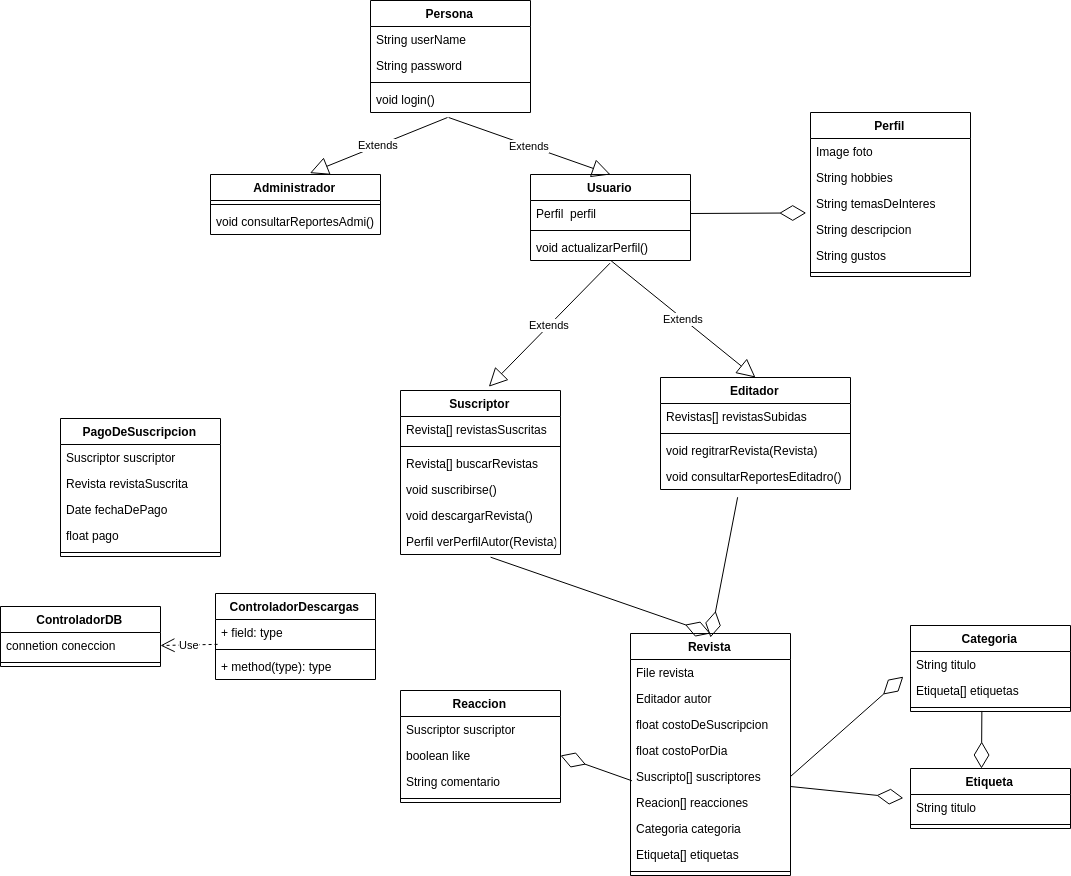
Above: ManualTecnico/ClasesRevistas.png in SergioCifuentes/Revistas (draw.io), before the change. Source tidied: cells renumbered, new cells last; positions are measured from the earlier drawing's top-left corner, leaving out a move shared by most shapes.
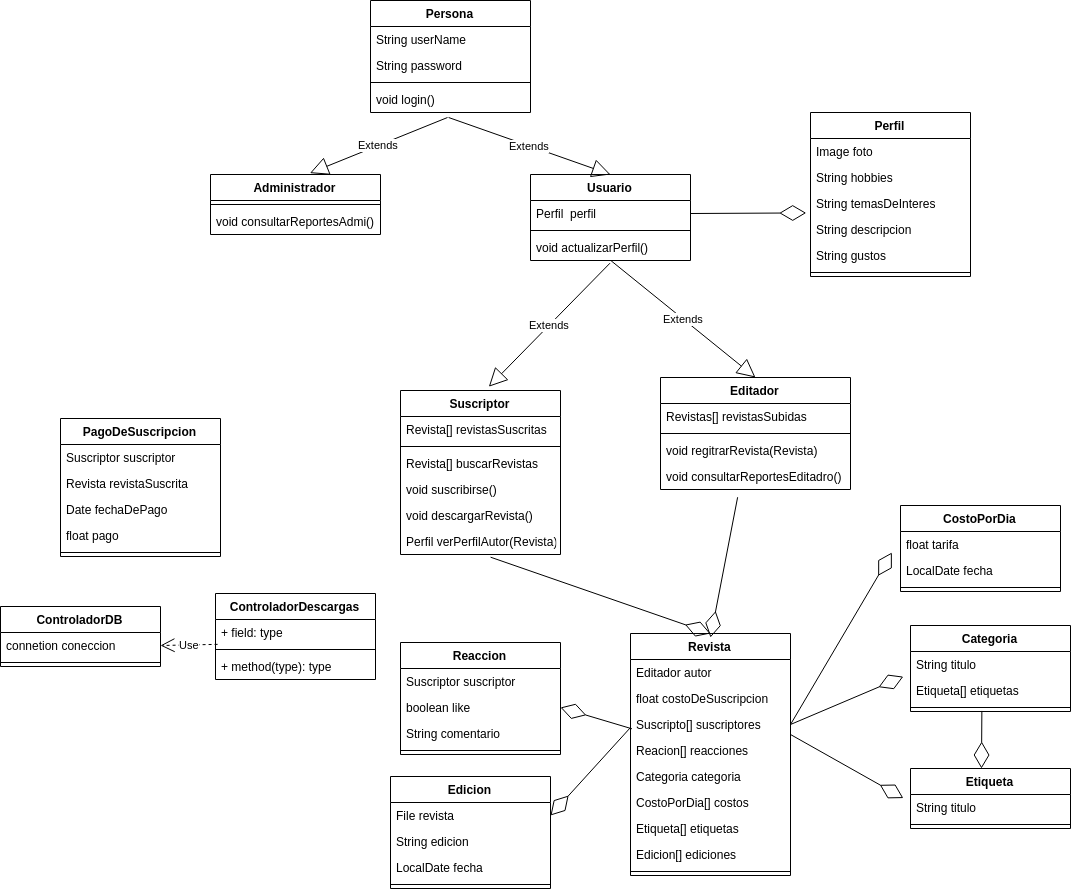
The same file after the commit.

The edit, as a diff of the source:
```diff
@@ -115,35 +115,35 @@
     <mxCell id="38" value="Revista" style="swimlane;fontStyle=1;align=center;verticalAlign=top;horizontal=1;startSize=26;" parent="1" vertex="1">
       <mxGeometry x="630" y="633" width="160" height="242" as="geometry" />
     </mxCell>
-    <mxCell id="39" value="File revista" style="text;strokeColor=none;fillColor=none;align=left;verticalAlign=top;spacingLeft=4;spacingRight=4;overflow=hidden;points=[[0,0.5],[1,0.5]];portConstraint=eastwest;" parent="38" vertex="1">
-      <mxGeometry y="26" width="160" height="26" as="geometry" />
-    </mxCell>
     <mxCell id="40" value="Editador autor&#10;" style="text;strokeColor=none;fillColor=none;align=left;verticalAlign=top;spacingLeft=4;spacingRight=4;overflow=hidden;" parent="38" vertex="1">
-      <mxGeometry y="52" width="160" height="26" as="geometry" />
+      <mxGeometry y="26" width="160" height="26" as="geometry" />
     </mxCell>
     <mxCell id="41" value="float costoDeSuscripcion" style="text;strokeColor=none;fillColor=none;align=left;verticalAlign=top;spacingLeft=4;spacingRight=4;overflow=hidden;" parent="38" vertex="1">
-      <mxGeometry y="78" width="160" height="26" as="geometry" />
+      <mxGeometry y="52" width="160" height="26" as="geometry" />
     </mxCell>
-    <mxCell id="42" value="float costoPorDia" style="text;strokeColor=none;fillColor=none;align=left;verticalAlign=top;spacingLeft=4;spacingRight=4;overflow=hidden;" parent="38" vertex="1">
-      <mxGeometry y="104" width="160" height="26" as="geometry" />
-    </mxCell>
     <mxCell id="43" value="Suscripto[] suscriptores" style="text;strokeColor=none;fillColor=none;align=left;verticalAlign=top;spacingLeft=4;spacingRight=4;overflow=hidden;points=[[0,0.5],[1,0.5]];portConstraint=eastwest;" parent="38" vertex="1">
-      <mxGeometry y="130" width="160" height="26" as="geometry" />
+      <mxGeometry y="78" width="160" height="26" as="geometry" />
     </mxCell>
     <mxCell id="44" value="Reacion[] reacciones" style="text;strokeColor=none;fillColor=none;align=left;verticalAlign=top;spacingLeft=4;spacingRight=4;overflow=hidden;points=[[0,0.5],[1,0.5]];portConstraint=eastwest;" parent="38" vertex="1">
-      <mxGeometry y="156" width="160" height="26" as="geometry" />
+      <mxGeometry y="104" width="160" height="26" as="geometry" />
     </mxCell>
     <mxCell id="45" value="Categoria categoria" style="text;strokeColor=none;fillColor=none;align=left;verticalAlign=top;spacingLeft=4;spacingRight=4;overflow=hidden;" parent="38" vertex="1">
-      <mxGeometry y="182" width="160" height="26" as="geometry" />
+      <mxGeometry y="130" width="160" height="26" as="geometry" />
     </mxCell>
+    <mxCell id="80" value="CostoPorDia[] costos" style="text;strokeColor=none;fillColor=none;align=left;verticalAlign=top;spacingLeft=4;spacingRight=4;overflow=hidden;" parent="38" vertex="1">
+      <mxGeometry y="156" width="160" height="26" as="geometry" />
+    </mxCell>
+    <mxCell id="81" value="Etiqueta[] etiquetas" style="text;strokeColor=none;fillColor=none;align=left;verticalAlign=top;spacingLeft=4;spacingRight=4;overflow=hidden;" parent="38" vertex="1">
+      <mxGeometry y="182" width="160" height="26" as="geometry" />
+    </mxCell>
-    <mxCell id="46" value="Etiqueta[] etiquetas" style="text;strokeColor=none;fillColor=none;align=left;verticalAlign=top;spacingLeft=4;spacingRight=4;overflow=hidden;" parent="38" vertex="1">
+    <mxCell id="46" value="Edicion[] ediciones" style="text;strokeColor=none;fillColor=none;align=left;verticalAlign=top;spacingLeft=4;spacingRight=4;overflow=hidden;" parent="38" vertex="1">
       <mxGeometry y="208" width="160" height="26" as="geometry" />
     </mxCell>
     <mxCell id="47" style="line;strokeWidth=1;fillColor=none;align=left;verticalAlign=middle;spacingTop=-1;spacingLeft=3;spacingRight=3;labelPosition=right;" parent="38" vertex="1">
       <mxGeometry y="234" width="160" height="8" as="geometry" />
     </mxCell>
     <mxCell id="48" value="Reaccion" style="swimlane;fontStyle=1;align=center;verticalAlign=top;horizontal=1;startSize=26;" parent="1" vertex="1">
-      <mxGeometry x="400" y="690" width="160" height="112" as="geometry" />
+      <mxGeometry x="400" y="642" width="160" height="112" as="geometry" />
     </mxCell>
     <mxCell id="49" value="Suscriptor suscriptor" style="text;strokeColor=none;fillColor=none;align=left;verticalAlign=top;spacingLeft=4;spacingRight=4;overflow=hidden;" parent="48" vertex="1">
       <mxGeometry y="26" width="160" height="26" as="geometry" />
@@ -242,5 +242,40 @@
     <mxCell id="79" value="Use" style="endArrow=open;endSize=12;dashed=1;html=1;exitX=0.013;exitY=0.956;exitDx=0;exitDy=0;exitPerimeter=0;entryX=1;entryY=0.5;entryDx=0;entryDy=0;" parent="1" edge="1" source="76" target="73">
       <mxGeometry relative="1" as="geometry" />
     </mxCell>
+    <mxCell id="82" value="CostoPorDia" style="swimlane;fontStyle=1;align=center;verticalAlign=top;horizontal=1;startSize=26;" parent="1" vertex="1">
+      <mxGeometry x="900" y="505" width="160" height="86" as="geometry" />
+    </mxCell>
+    <mxCell id="83" value="float tarifa" style="text;strokeColor=none;fillColor=none;align=left;verticalAlign=top;spacingLeft=4;spacingRight=4;overflow=hidden;" parent="82" vertex="1">
+      <mxGeometry y="26" width="160" height="26" as="geometry" />
+    </mxCell>
+    <mxCell id="84" value="LocalDate fecha" style="text;strokeColor=none;fillColor=none;align=left;verticalAlign=top;spacingLeft=4;spacingRight=4;overflow=hidden;points=[[0,0.5],[1,0.5]];portConstraint=eastwest;" parent="82" vertex="1">
+      <mxGeometry y="52" width="160" height="26" as="geometry" />
+    </mxCell>
+    <mxCell id="85" style="line;strokeWidth=1;fillColor=none;align=left;verticalAlign=middle;spacingTop=-1;spacingLeft=3;spacingRight=3;labelPosition=right;" parent="82" vertex="1">
+      <mxGeometry y="78" width="160" height="8" as="geometry" />
+    </mxCell>
+    <mxCell id="86" style="endArrow=diamondThin;endFill=0;endSize=24;html=1;exitX=1;exitY=0.5;exitDx=0;exitDy=0;entryX=-0.054;entryY=-0.19;entryDx=0;entryDy=0;entryPerimeter=0;" parent="1" edge="1" source="43" target="84">
+      <mxGeometry relative="1" as="geometry" />
+    </mxCell>
+    <mxCell id="87" value="Edicion" style="swimlane;fontStyle=1;align=center;verticalAlign=top;horizontal=1;startSize=26;" parent="1" vertex="1">
+      <mxGeometry x="390" y="776" width="160" height="112" as="geometry" />
+    </mxCell>
+    <mxCell id="39" value="File revista" style="text;strokeColor=none;fillColor=none;align=left;verticalAlign=top;spacingLeft=4;spacingRight=4;overflow=hidden;points=[[0,0.5],[1,0.5]];portConstraint=eastwest;" parent="87" vertex="1">
+      <mxGeometry y="26" width="160" height="26" as="geometry" />
+    </mxCell>
+    <mxCell id="88" value="String edicion" style="text;strokeColor=none;fillColor=none;align=left;verticalAlign=top;spacingLeft=4;spacingRight=4;overflow=hidden;" parent="87" vertex="1">
+      <mxGeometry y="52" width="160" height="26" as="geometry" />
+    </mxCell>
+    <mxCell id="89" value="LocalDate fecha" style="text;strokeColor=none;fillColor=none;align=left;verticalAlign=top;spacingLeft=4;spacingRight=4;overflow=hidden;" parent="87" vertex="1">
+      <mxGeometry y="78" width="160" height="26" as="geometry" />
+    </mxCell>
+    <mxCell id="90" style="line;strokeWidth=1;fillColor=none;align=left;verticalAlign=middle;spacingTop=-1;spacingLeft=3;spacingRight=3;labelPosition=right;" parent="87" vertex="1">
+      <mxGeometry y="104" width="160" height="8" as="geometry" />
+    </mxCell>
+    <mxCell id="91" style="endArrow=diamondThin;endFill=0;endSize=24;html=1;entryX=1;entryY=0.5;entryDx=0;entryDy=0;" parent="1" edge="1" target="39">
+      <mxGeometry relative="1" as="geometry">
+        <mxPoint x="630" y="727" as="sourcePoint" />
+      </mxGeometry>
+    </mxCell>
   </root>
 </mxGraphModel>
```
